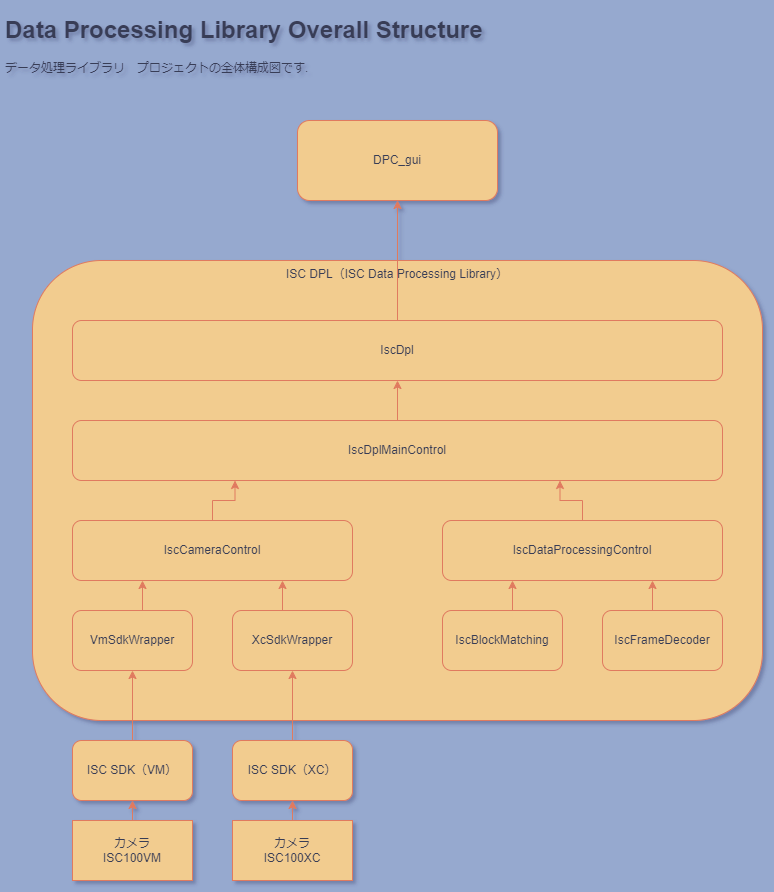
Before: res/data_processing_lib-Overall-Structure.drawio.png, a diagram exported from draw.io (ITDLab/isc-dpl). Source tidied: cells renumbered, new cells last; positions are measured from the earlier drawing's top-left corner, leaving out a move shared by most shapes. Its diagram source:
```xml
<mxGraphModel background="#96a9cf" shadow="1">
  <root>
    <mxCell id="0" />
    <mxCell id="1" parent="0" />
    <mxCell id="2" value="ISC DPL（ISC Data Processing Library）" style="rounded=1;whiteSpace=wrap;html=1;verticalAlign=top;labelBackgroundColor=none;fillColor=#F2CC8F;strokeColor=#E07A5F;fontColor=#393C56;" parent="1" vertex="1">
      <mxGeometry x="32" y="250" width="730" height="460" as="geometry" />
    </mxCell>
    <mxCell id="3" style="edgeStyle=orthogonalEdgeStyle;rounded=0;jettySize=auto;html=1;exitX=0.5;exitY=0;exitDx=0;exitDy=0;entryX=0.5;entryY=1;entryDx=0;entryDy=0;labelBackgroundColor=none;strokeColor=#E07A5F;fontColor=default;" parent="1" edge="1" source="4" target="8">
      <mxGeometry relative="1" as="geometry" />
    </mxCell>
    <mxCell id="4" value="カメラ&lt;br&gt;ISC100VM" style="rounded=0;whiteSpace=wrap;html=1;labelBackgroundColor=none;fillColor=#F2CC8F;strokeColor=#E07A5F;fontColor=#393C56;" parent="1" vertex="1">
      <mxGeometry x="72" y="810" width="120" height="60" as="geometry" />
    </mxCell>
    <mxCell id="5" style="edgeStyle=orthogonalEdgeStyle;rounded=0;jettySize=auto;html=1;exitX=0.5;exitY=0;exitDx=0;exitDy=0;entryX=0.5;entryY=1;entryDx=0;entryDy=0;labelBackgroundColor=none;strokeColor=#E07A5F;fontColor=default;" parent="1" edge="1" source="6" target="10">
      <mxGeometry relative="1" as="geometry" />
    </mxCell>
    <mxCell id="6" value="カメラ&lt;br&gt;ISC100XC" style="rounded=0;whiteSpace=wrap;html=1;labelBackgroundColor=none;fillColor=#F2CC8F;strokeColor=#E07A5F;fontColor=#393C56;" parent="1" vertex="1">
      <mxGeometry x="232" y="810" width="120" height="60" as="geometry" />
    </mxCell>
    <mxCell id="7" style="edgeStyle=orthogonalEdgeStyle;rounded=0;jettySize=auto;html=1;exitX=0.5;exitY=0;exitDx=0;exitDy=0;entryX=0.5;entryY=1;entryDx=0;entryDy=0;labelBackgroundColor=none;strokeColor=#E07A5F;fontColor=default;" parent="1" edge="1" source="8" target="12">
      <mxGeometry relative="1" as="geometry" />
    </mxCell>
    <mxCell id="8" value="ISC SDK（VM）" style="rounded=1;whiteSpace=wrap;html=1;labelBackgroundColor=none;fillColor=#F2CC8F;strokeColor=#E07A5F;fontColor=#393C56;" parent="1" vertex="1">
      <mxGeometry x="72" y="730" width="120" height="60" as="geometry" />
    </mxCell>
    <mxCell id="9" style="edgeStyle=orthogonalEdgeStyle;rounded=0;jettySize=auto;html=1;exitX=0.5;exitY=0;exitDx=0;exitDy=0;entryX=0.5;entryY=1;entryDx=0;entryDy=0;labelBackgroundColor=none;strokeColor=#E07A5F;fontColor=default;" parent="1" edge="1" source="10" target="14">
      <mxGeometry relative="1" as="geometry" />
    </mxCell>
    <mxCell id="10" value="ISC SDK（XC）" style="rounded=1;whiteSpace=wrap;html=1;labelBackgroundColor=none;fillColor=#F2CC8F;strokeColor=#E07A5F;fontColor=#393C56;" parent="1" vertex="1">
      <mxGeometry x="232" y="730" width="120" height="60" as="geometry" />
    </mxCell>
    <mxCell id="11" style="edgeStyle=orthogonalEdgeStyle;rounded=0;jettySize=auto;html=1;exitX=0.5;exitY=0;exitDx=0;exitDy=0;entryX=0.25;entryY=1;entryDx=0;entryDy=0;labelBackgroundColor=none;strokeColor=#E07A5F;fontColor=default;" parent="1" edge="1" source="12" target="16">
      <mxGeometry relative="1" as="geometry" />
    </mxCell>
    <mxCell id="12" value="VmSdkWrapper" style="rounded=1;whiteSpace=wrap;html=1;labelBackgroundColor=none;fillColor=#F2CC8F;strokeColor=#E07A5F;fontColor=#393C56;" parent="1" vertex="1">
      <mxGeometry x="72" y="600" width="120" height="60" as="geometry" />
    </mxCell>
    <mxCell id="13" style="edgeStyle=orthogonalEdgeStyle;rounded=0;jettySize=auto;html=1;exitX=0.5;exitY=0;exitDx=0;exitDy=0;entryX=0.75;entryY=1;entryDx=0;entryDy=0;labelBackgroundColor=none;strokeColor=#E07A5F;fontColor=default;" parent="1" edge="1" source="14" target="16">
      <mxGeometry relative="1" as="geometry" />
    </mxCell>
    <mxCell id="14" value="XcSdkWrapper" style="rounded=1;whiteSpace=wrap;html=1;labelBackgroundColor=none;fillColor=#F2CC8F;strokeColor=#E07A5F;fontColor=#393C56;" parent="1" vertex="1">
      <mxGeometry x="232" y="600" width="120" height="60" as="geometry" />
    </mxCell>
    <mxCell id="15" style="edgeStyle=orthogonalEdgeStyle;rounded=0;jettySize=auto;html=1;exitX=0.5;exitY=0;exitDx=0;exitDy=0;entryX=0.25;entryY=1;entryDx=0;entryDy=0;labelBackgroundColor=none;strokeColor=#E07A5F;fontColor=default;" parent="1" edge="1" source="16" target="24">
      <mxGeometry relative="1" as="geometry" />
    </mxCell>
    <mxCell id="16" value="IscCameraControl" style="rounded=1;whiteSpace=wrap;html=1;labelBackgroundColor=none;fillColor=#F2CC8F;strokeColor=#E07A5F;fontColor=#393C56;" parent="1" vertex="1">
      <mxGeometry x="72" y="510" width="280" height="60" as="geometry" />
    </mxCell>
    <mxCell id="17" style="edgeStyle=orthogonalEdgeStyle;rounded=0;jettySize=auto;html=1;exitX=0.5;exitY=0;exitDx=0;exitDy=0;entryX=0.25;entryY=1;entryDx=0;entryDy=0;labelBackgroundColor=none;strokeColor=#E07A5F;fontColor=default;" parent="1" edge="1" source="18" target="22">
      <mxGeometry relative="1" as="geometry" />
    </mxCell>
    <mxCell id="18" value="IscBlockMatching" style="rounded=1;whiteSpace=wrap;html=1;labelBackgroundColor=none;fillColor=#F2CC8F;strokeColor=#E07A5F;fontColor=#393C56;" parent="1" vertex="1">
      <mxGeometry x="442" y="600" width="120" height="60" as="geometry" />
    </mxCell>
    <mxCell id="19" style="edgeStyle=orthogonalEdgeStyle;rounded=0;jettySize=auto;html=1;exitX=0.5;exitY=0;exitDx=0;exitDy=0;entryX=0.75;entryY=1;entryDx=0;entryDy=0;labelBackgroundColor=none;strokeColor=#E07A5F;fontColor=default;" parent="1" edge="1" source="20" target="22">
      <mxGeometry relative="1" as="geometry" />
    </mxCell>
    <mxCell id="20" value="IscFrameDecoder" style="rounded=1;whiteSpace=wrap;html=1;labelBackgroundColor=none;fillColor=#F2CC8F;strokeColor=#E07A5F;fontColor=#393C56;" parent="1" vertex="1">
      <mxGeometry x="602" y="600" width="120" height="60" as="geometry" />
    </mxCell>
    <mxCell id="21" style="edgeStyle=orthogonalEdgeStyle;rounded=0;jettySize=auto;html=1;exitX=0.5;exitY=0;exitDx=0;exitDy=0;entryX=0.75;entryY=1;entryDx=0;entryDy=0;labelBackgroundColor=none;strokeColor=#E07A5F;fontColor=default;" parent="1" edge="1" source="22" target="24">
      <mxGeometry relative="1" as="geometry" />
    </mxCell>
    <mxCell id="22" value="IscDataProcessingControl" style="rounded=1;whiteSpace=wrap;html=1;labelBackgroundColor=none;fillColor=#F2CC8F;strokeColor=#E07A5F;fontColor=#393C56;" parent="1" vertex="1">
      <mxGeometry x="442" y="510" width="280" height="60" as="geometry" />
    </mxCell>
    <mxCell id="23" style="edgeStyle=orthogonalEdgeStyle;rounded=0;jettySize=auto;html=1;exitX=0.5;exitY=0;exitDx=0;exitDy=0;entryX=0.5;entryY=1;entryDx=0;entryDy=0;labelBackgroundColor=none;strokeColor=#E07A5F;fontColor=default;" parent="1" edge="1" source="24" target="26">
      <mxGeometry relative="1" as="geometry" />
    </mxCell>
    <mxCell id="24" value="IscDplMainControl" style="rounded=1;whiteSpace=wrap;html=1;labelBackgroundColor=none;fillColor=#F2CC8F;strokeColor=#E07A5F;fontColor=#393C56;" parent="1" vertex="1">
      <mxGeometry x="72" y="410" width="650" height="60" as="geometry" />
    </mxCell>
    <mxCell id="25" style="edgeStyle=orthogonalEdgeStyle;rounded=0;jettySize=auto;html=1;exitX=0.5;exitY=0;exitDx=0;exitDy=0;entryX=0.5;entryY=1;entryDx=0;entryDy=0;labelBackgroundColor=none;strokeColor=#E07A5F;fontColor=default;" parent="1" edge="1" source="26" target="27">
      <mxGeometry relative="1" as="geometry" />
    </mxCell>
    <mxCell id="26" value="IscDpl" style="rounded=1;whiteSpace=wrap;html=1;labelBackgroundColor=none;fillColor=#F2CC8F;strokeColor=#E07A5F;fontColor=#393C56;" parent="1" vertex="1">
      <mxGeometry x="72" y="310" width="650" height="60" as="geometry" />
    </mxCell>
    <mxCell id="27" value="DPC_gui" style="rounded=1;whiteSpace=wrap;html=1;labelBackgroundColor=none;fillColor=#F2CC8F;strokeColor=#E07A5F;fontColor=#393C56;" parent="1" vertex="1">
      <mxGeometry x="297" y="110" width="200" height="80" as="geometry" />
    </mxCell>
    <mxCell id="28" value="&lt;h1&gt;Data Processing Library Overall Structure&lt;/h1&gt;&lt;p&gt;データ処理ライブラリ　プロジェクトの全体構成図です.&lt;/p&gt;" style="text;html=1;strokeColor=none;fillColor=none;spacing=5;spacingTop=-20;whiteSpace=wrap;overflow=hidden;rounded=0;fontColor=#393C56;labelBackgroundColor=none;" parent="1" vertex="1">
      <mxGeometry width="688" height="70" as="geometry" />
    </mxCell>
  </root>
</mxGraphModel>
```
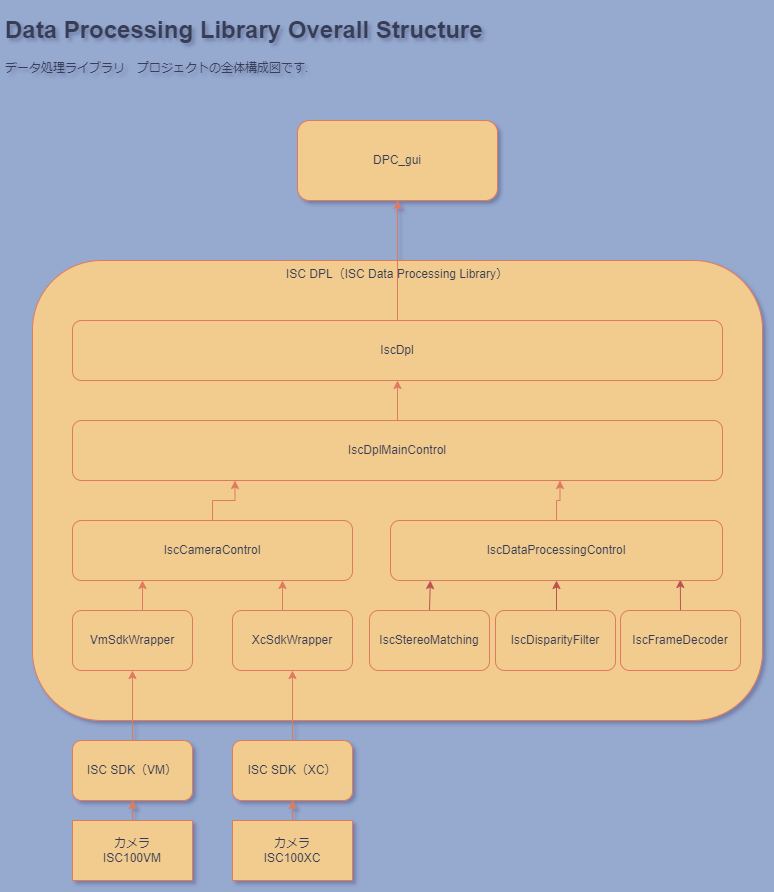
Later version of the same file.

What changed in the source:
```diff
@@ -47,23 +47,23 @@
     <mxCell id="16" value="IscCameraControl" style="rounded=1;whiteSpace=wrap;html=1;labelBackgroundColor=none;fillColor=#F2CC8F;strokeColor=#E07A5F;fontColor=#393C56;" parent="1" vertex="1">
       <mxGeometry x="72" y="510" width="280" height="60" as="geometry" />
     </mxCell>
-    <mxCell id="17" style="edgeStyle=orthogonalEdgeStyle;rounded=0;jettySize=auto;html=1;exitX=0.5;exitY=0;exitDx=0;exitDy=0;entryX=0.25;entryY=1;entryDx=0;entryDy=0;labelBackgroundColor=none;strokeColor=#E07A5F;fontColor=default;" parent="1" edge="1" source="18" target="22">
+    <mxCell id="17" style="edgeStyle=orthogonalEdgeStyle;rounded=0;jettySize=auto;html=1;exitX=0.5;exitY=0;exitDx=0;exitDy=0;entryX=0.12;entryY=1;entryDx=0;entryDy=0;entryPerimeter=0;fillColor=#f8cecc;strokeColor=#b85450;" parent="1" edge="1" source="18" target="22">
       <mxGeometry relative="1" as="geometry" />
     </mxCell>
-    <mxCell id="18" value="IscBlockMatching" style="rounded=1;whiteSpace=wrap;html=1;labelBackgroundColor=none;fillColor=#F2CC8F;strokeColor=#E07A5F;fontColor=#393C56;" parent="1" vertex="1">
-      <mxGeometry x="442" y="600" width="120" height="60" as="geometry" />
+    <mxCell id="18" value="IscStereoMatching" style="rounded=1;whiteSpace=wrap;html=1;labelBackgroundColor=none;fillColor=#F2CC8F;strokeColor=#E07A5F;fontColor=#393C56;" parent="1" vertex="1">
+      <mxGeometry x="369" y="600" width="120" height="60" as="geometry" />
     </mxCell>
-    <mxCell id="19" style="edgeStyle=orthogonalEdgeStyle;rounded=0;jettySize=auto;html=1;exitX=0.5;exitY=0;exitDx=0;exitDy=0;entryX=0.75;entryY=1;entryDx=0;entryDy=0;labelBackgroundColor=none;strokeColor=#E07A5F;fontColor=default;" parent="1" edge="1" source="20" target="22">
+    <mxCell id="19" style="edgeStyle=orthogonalEdgeStyle;rounded=0;jettySize=auto;html=1;exitX=0.5;exitY=0;exitDx=0;exitDy=0;entryX=0.873;entryY=0.983;entryDx=0;entryDy=0;entryPerimeter=0;fillColor=#f8cecc;strokeColor=#b85450;" parent="1" edge="1" source="20" target="22">
       <mxGeometry relative="1" as="geometry" />
     </mxCell>
     <mxCell id="20" value="IscFrameDecoder" style="rounded=1;whiteSpace=wrap;html=1;labelBackgroundColor=none;fillColor=#F2CC8F;strokeColor=#E07A5F;fontColor=#393C56;" parent="1" vertex="1">
-      <mxGeometry x="602" y="600" width="120" height="60" as="geometry" />
+      <mxGeometry x="620" y="600" width="120" height="60" as="geometry" />
     </mxCell>
     <mxCell id="21" style="edgeStyle=orthogonalEdgeStyle;rounded=0;jettySize=auto;html=1;exitX=0.5;exitY=0;exitDx=0;exitDy=0;entryX=0.75;entryY=1;entryDx=0;entryDy=0;labelBackgroundColor=none;strokeColor=#E07A5F;fontColor=default;" parent="1" edge="1" source="22" target="24">
       <mxGeometry relative="1" as="geometry" />
     </mxCell>
     <mxCell id="22" value="IscDataProcessingControl" style="rounded=1;whiteSpace=wrap;html=1;labelBackgroundColor=none;fillColor=#F2CC8F;strokeColor=#E07A5F;fontColor=#393C56;" parent="1" vertex="1">
-      <mxGeometry x="442" y="510" width="280" height="60" as="geometry" />
+      <mxGeometry x="390" y="510" width="332" height="60" as="geometry" />
     </mxCell>
     <mxCell id="23" style="edgeStyle=orthogonalEdgeStyle;rounded=0;jettySize=auto;html=1;exitX=0.5;exitY=0;exitDx=0;exitDy=0;entryX=0.5;entryY=1;entryDx=0;entryDy=0;labelBackgroundColor=none;strokeColor=#E07A5F;fontColor=default;" parent="1" edge="1" source="24" target="26">
       <mxGeometry relative="1" as="geometry" />
@@ -83,5 +83,11 @@
     <mxCell id="28" value="&lt;h1&gt;Data Processing Library Overall Structure&lt;/h1&gt;&lt;p&gt;データ処理ライブラリ　プロジェクトの全体構成図です.&lt;/p&gt;" style="text;html=1;strokeColor=none;fillColor=none;spacing=5;spacingTop=-20;whiteSpace=wrap;overflow=hidden;rounded=0;fontColor=#393C56;labelBackgroundColor=none;" parent="1" vertex="1">
       <mxGeometry width="688" height="70" as="geometry" />
     </mxCell>
+    <mxCell id="29" style="edgeStyle=orthogonalEdgeStyle;rounded=0;jettySize=auto;html=1;exitX=0.5;exitY=0;exitDx=0;exitDy=0;entryX=0.5;entryY=1;entryDx=0;entryDy=0;fillColor=#f8cecc;strokeColor=#b85450;" parent="1" edge="1" source="30" target="22">
+      <mxGeometry relative="1" as="geometry" />
+    </mxCell>
+    <mxCell id="30" value="IscDisparityFilter" style="rounded=1;whiteSpace=wrap;html=1;labelBackgroundColor=none;fillColor=#F2CC8F;strokeColor=#E07A5F;fontColor=#393C56;" parent="1" vertex="1">
+      <mxGeometry x="495" y="600" width="120" height="60" as="geometry" />
+    </mxCell>
   </root>
 </mxGraphModel>
```
